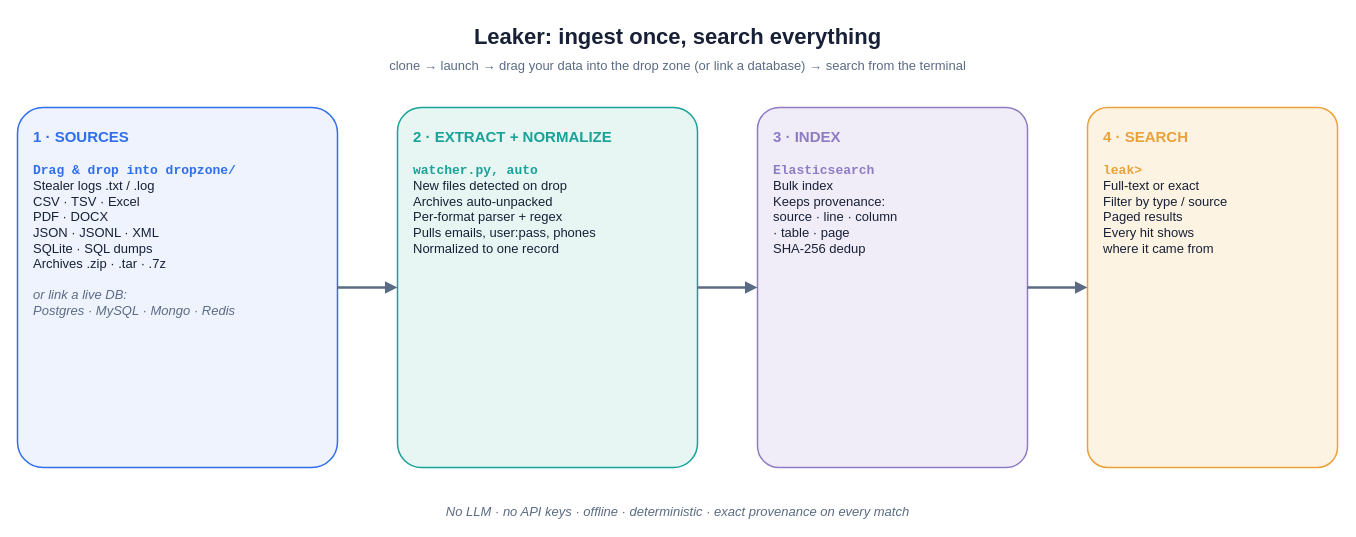
Above: assets/flow.drawio in M4MD-M7SN/leaker-poc (draw.io), before the change. Source tidied: cells renumbered, new cells numbered last; positions are measured from the earlier drawing's top-left corner, leaving out a move shared by most shapes. Both pictures are drawn from the tidied source at 100%, with x=0, y=0 at pixel (17, 17).
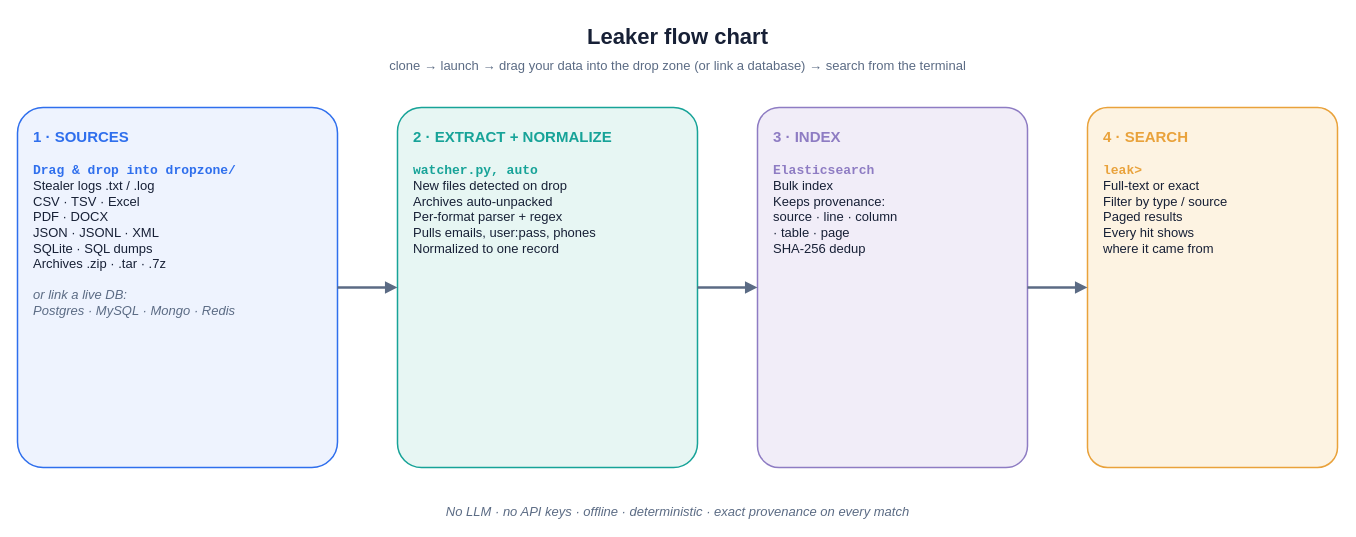
The same page after the edit.

Commit message (it also covers changes not shown here):
Leaker: rename diagram title to 'Leaker flow chart'

Change to the diagram source:
```diff
@@
 <mxGraphModel>
   <root>
     <mxCell id="0" />
     <mxCell id="1" parent="0" />
-    <mxCell id="2" value="Leaker: ingest once, search everything" style="text;html=1;align=center;fontSize=22;fontStyle=1;fontColor=#172036;" parent="1" vertex="1">
+    <mxCell id="2" value="Leaker flow chart" style="text;html=1;align=center;fontSize=22;fontStyle=1;fontColor=#172036;" parent="1" vertex="1">
       <mxGeometry x="260" width="800" height="34" as="geometry" />
     </mxCell>
     <mxCell id="3" value="clone → launch → drag your data into the drop zone (or link a database) → search from the terminal" style="text;html=1;align=center;fontSize=13;fontColor=#5b6b84;" parent="1" vertex="1">
       <mxGeometry x="260" y="34" width="800" height="22" as="geometry" />
     </mxCell>
     <mxCell id="4" value="&lt;b style=&quot;color:#2f6fed;font-size:15px&quot;&gt;1 · SOURCES&lt;/b&gt;&lt;br&gt;&lt;br&gt;&lt;b style=&quot;color:#2f6fed;font-family:monospace&quot;&gt;Drag &amp;amp; drop into dropzone/&lt;/b&gt;&lt;br&gt;Stealer logs .txt / .log&lt;br&gt;CSV · TSV · Excel&lt;br&gt;PDF · DOCX&lt;br&gt;JSON · JSONL · XML&lt;br&gt;SQLite · SQL dumps&lt;br&gt;Archives .zip · .tar · .7z&lt;br&gt;&lt;br&gt;&lt;i style=&quot;color:#5b6b84&quot;&gt;or link a live DB:&lt;br&gt;Postgres · MySQL · Mongo · Redis&lt;/i&gt;" style="rounded=1;arcSize=8;whiteSpace=wrap;html=1;fillColor=#eef3fe;strokeColor=#2f6fed;strokeWidth=1.5;verticalAlign=top;align=left;spacingLeft=14;spacingTop=14;fontSize=13;fontColor=#172036;" parent="1" vertex="1">
       <mxGeometry y="90" width="320" height="360" as="geometry" />
     </mxCell>
     <mxCell id="5" value="&lt;b style=&quot;color:#17a398;font-size:15px&quot;&gt;2 · EXTRACT + NORMALIZE&lt;/b&gt;&lt;br&gt;&lt;br&gt;&lt;b style=&quot;color:#17a398;font-family:monospace&quot;&gt;watcher.py, auto&lt;/b&gt;&lt;br&gt;New files detected on drop&lt;br&gt;Archives auto-unpacked&lt;br&gt;Per-format parser + regex&lt;br&gt;Pulls emails, user:pass, phones&lt;br&gt;Normalized to one record" style="rounded=1;arcSize=8;whiteSpace=wrap;html=1;fillColor=#e7f6f3;strokeColor=#17a398;strokeWidth=1.5;verticalAlign=top;align=left;spacingLeft=14;spacingTop=14;fontSize=13;fontColor=#172036;" parent="1" vertex="1">
       <mxGeometry x="380" y="90" width="300" height="360" as="geometry" />
     </mxCell>
     <mxCell id="6" value="&lt;b style=&quot;color:#8e7cc3;font-size:15px&quot;&gt;3 · INDEX&lt;/b&gt;&lt;br&gt;&lt;br&gt;&lt;b style=&quot;color:#8e7cc3;font-family:monospace&quot;&gt;Elasticsearch&lt;/b&gt;&lt;br&gt;Bulk index&lt;br&gt;Keeps provenance:&lt;br&gt;source · line · column&lt;br&gt;· table · page&lt;br&gt;SHA-256 dedup" style="rounded=1;arcSize=8;whiteSpace=wrap;html=1;fillColor=#f1edf8;strokeColor=#8e7cc3;strokeWidth=1.5;verticalAlign=top;align=left;spacingLeft=14;spacingTop=14;fontSize=13;fontColor=#172036;" parent="1" vertex="1">
       <mxGeometry x="740" y="90" width="270" height="360" as="geometry" />
     </mxCell>
     <mxCell id="7" value="&lt;b style=&quot;color:#e9a23b;font-size:15px&quot;&gt;4 · SEARCH&lt;/b&gt;&lt;br&gt;&lt;br&gt;&lt;b style=&quot;color:#e9a23b;font-family:monospace&quot;&gt;leak&amp;gt;&lt;/b&gt;&lt;br&gt;Full-text or exact&lt;br&gt;Filter by type / source&lt;br&gt;Paged results&lt;br&gt;Every hit shows&lt;br&gt;where it came from" style="rounded=1;arcSize=8;whiteSpace=wrap;html=1;fillColor=#fdf3e2;strokeColor=#e9a23b;strokeWidth=1.5;verticalAlign=top;align=left;spacingLeft=14;spacingTop=14;fontSize=13;fontColor=#172036;" parent="1" vertex="1">
       <mxGeometry x="1070" y="90" width="250" height="360" as="geometry" />
     </mxCell>
     <mxCell id="8" style="edgeStyle=none;rounded=0;html=1;strokeColor=#5b6b84;strokeWidth=2.5;endArrow=block;endFill=1;" parent="1" edge="1" source="4" target="5">
       <mxGeometry relative="1" as="geometry" />
     </mxCell>
     <mxCell id="9" style="edgeStyle=none;rounded=0;html=1;strokeColor=#5b6b84;strokeWidth=2.5;endArrow=block;endFill=1;" parent="1" edge="1" source="5" target="6">
       <mxGeometry relative="1" as="geometry" />
     </mxCell>
     <mxCell id="10" style="edgeStyle=none;rounded=0;html=1;strokeColor=#5b6b84;strokeWidth=2.5;endArrow=block;endFill=1;" parent="1" edge="1" source="6" target="7">
       <mxGeometry relative="1" as="geometry" />
     </mxCell>
     <mxCell id="11" value="No LLM · no API keys · offline · deterministic · exact provenance on every match" style="text;html=1;align=center;fontSize=13;fontColor=#5b6b84;fontStyle=2;" parent="1" vertex="1">
       <mxGeometry x="260" y="480" width="800" height="22" as="geometry" />
     </mxCell>
   </root>
 </mxGraphModel>
```
